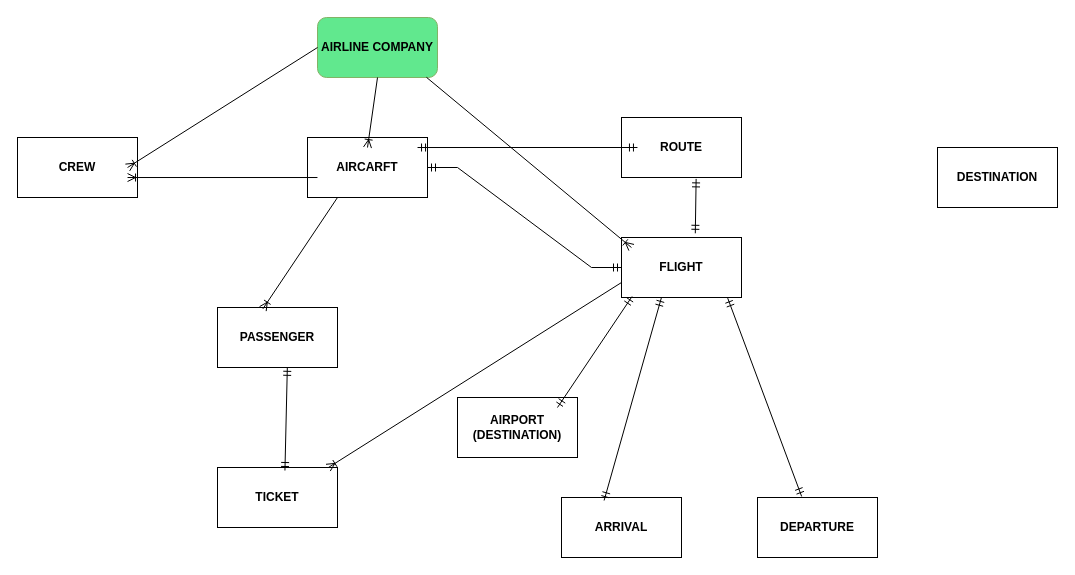
Above: model_abstract.drawio in vladmagosin/examen_sem_1_db (draw.io), before the change. Source tidied: cells renumbered, new cells numbered last; positions are measured from the earlier drawing's top-left corner, leaving out a move shared by most shapes. Both pictures are drawn from the tidied source at 100%, with x=0, y=0 at pixel (17, 17).
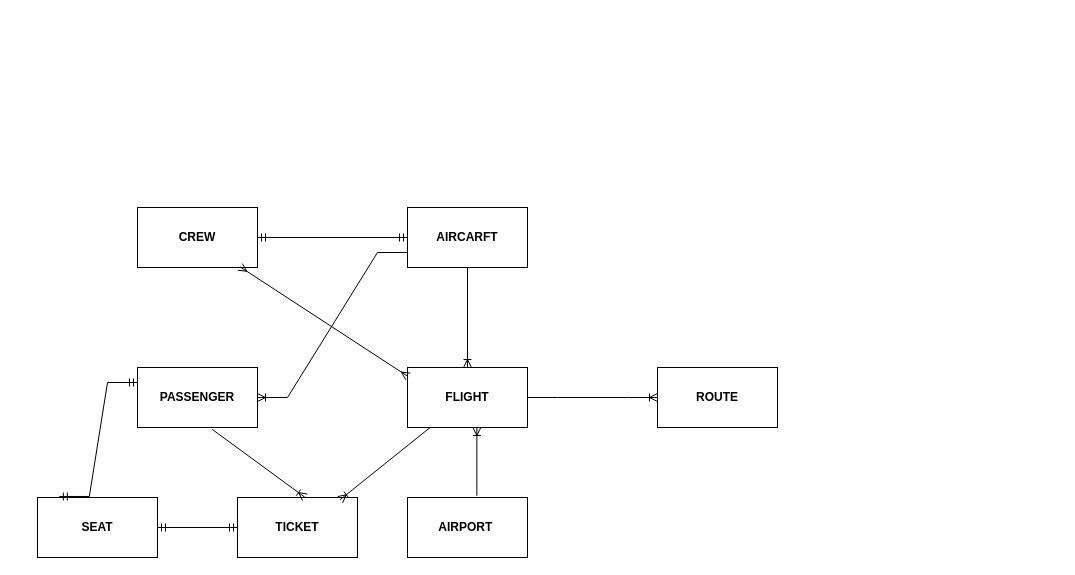
The same diagram, later.

What changed in the source:
```diff
@@
-    <mxCell id="2" value="AIRLINE COMPANY" style="rounded=1;whiteSpace=wrap;html=1;fontStyle=1;fillColor=#61E88E;strokeColor=#82b366;" parent="1" vertex="1">
-      <mxGeometry x="300" width="120" height="60" as="geometry" />
-    </mxCell>
     <mxCell id="3" value="&lt;b&gt;AIRCARFT&lt;/b&gt;" style="rounded=0;whiteSpace=wrap;html=1;" parent="1" vertex="1">
-      <mxGeometry x="290" y="120" width="120" height="60" as="geometry" />
+      <mxGeometry x="390" y="190" width="120" height="60" as="geometry" />
     </mxCell>
     <mxCell id="4" value="&lt;b&gt;CREW&lt;/b&gt;" style="rounded=0;whiteSpace=wrap;html=1;" parent="1" vertex="1">
-      <mxGeometry y="120" width="120" height="60" as="geometry" />
+      <mxGeometry x="120" y="190" width="120" height="60" as="geometry" />
     </mxCell>
     <mxCell id="5" value="&lt;b&gt;ROUTE&lt;/b&gt;" style="rounded=0;whiteSpace=wrap;html=1;" parent="1" vertex="1">
-      <mxGeometry x="604" y="100" width="120" height="60" as="geometry" />
+      <mxGeometry x="640" y="350" width="120" height="60" as="geometry" />
     </mxCell>
     <mxCell id="6" value="&lt;b&gt;FLIGHT&lt;/b&gt;" style="rounded=0;whiteSpace=wrap;html=1;" parent="1" vertex="1">
-      <mxGeometry x="604" y="220" width="120" height="60" as="geometry" />
+      <mxGeometry x="390" y="350" width="120" height="60" as="geometry" />
     </mxCell>
-    <mxCell id="7" value="&lt;b&gt;DESTINATION&lt;/b&gt;" style="rounded=0;whiteSpace=wrap;html=1;" parent="1" vertex="1">
-      <mxGeometry x="920" y="130" width="120" height="60" as="geometry" />
-    </mxCell>
     <mxCell id="8" value="&lt;b&gt;PASSENGER&lt;/b&gt;" style="rounded=0;whiteSpace=wrap;html=1;" parent="1" vertex="1">
-      <mxGeometry x="200" y="290" width="120" height="60" as="geometry" />
+      <mxGeometry x="120" y="350" width="120" height="60" as="geometry" />
     </mxCell>
-    <mxCell id="9" value="&lt;b&gt;AIRPORT (DESTINATION)&lt;/b&gt;" style="rounded=0;whiteSpace=wrap;html=1;" parent="1" vertex="1">
-      <mxGeometry x="440" y="380" width="120" height="60" as="geometry" />
+    <mxCell id="9" value="&lt;b&gt;AIRPORT&amp;nbsp;&lt;/b&gt;" style="rounded=0;whiteSpace=wrap;html=1;" parent="1" vertex="1">
+      <mxGeometry x="390" y="480" width="120" height="60" as="geometry" />
     </mxCell>
     <mxCell id="10" value="&lt;b&gt;TICKET&lt;/b&gt;" style="rounded=0;whiteSpace=wrap;html=1;" parent="1" vertex="1">
-      <mxGeometry x="200" y="450" width="120" height="60" as="geometry" />
+      <mxGeometry x="220" y="480" width="120" height="60" as="geometry" />
     </mxCell>
-    <mxCell id="11" value="&lt;b&gt;DEPARTURE&lt;/b&gt;" style="rounded=0;whiteSpace=wrap;html=1;" parent="1" vertex="1">
-      <mxGeometry x="740" y="480" width="120" height="60" as="geometry" />
-    </mxCell>
-    <mxCell id="12" value="&lt;b&gt;ARRIVAL&lt;/b&gt;" style="rounded=0;whiteSpace=wrap;html=1;" parent="1" vertex="1">
-      <mxGeometry x="544" y="480" width="120" height="60" as="geometry" />
+    <mxCell id="12" value="&lt;b&gt;SEAT&lt;/b&gt;" style="rounded=0;whiteSpace=wrap;html=1;" parent="1" vertex="1">
+      <mxGeometry x="20" y="480" width="120" height="60" as="geometry" />
     </mxCell>
-    <mxCell id="13" style="fontSize=12;html=1;endArrow=ERoneToMany;rounded=0;exitX=0.5;exitY=1;exitDx=0;exitDy=0;entryX=0.5;entryY=0.167;entryDx=0;entryDy=0;entryPerimeter=0;" parent="1" edge="1" source="2" target="3">
-      <mxGeometry relative="1" as="geometry" />
-    </mxCell>
-    <mxCell id="14" style="fontSize=12;html=1;endArrow=ERoneToMany;rounded=0;exitX=0.908;exitY=0.997;exitDx=0;exitDy=0;exitPerimeter=0;entryX=0.083;entryY=0.167;entryDx=0;entryDy=0;entryPerimeter=0;" parent="1" edge="1" source="2" target="6">
-      <mxGeometry relative="1" as="geometry" />
-    </mxCell>
+    <mxCell id="26" style="fontSize=12;html=1;endArrow=ERmandOne;startArrow=ERmandOne;rounded=0;entryX=0;entryY=0.5;entryDx=0;entryDy=0;exitX=1;exitY=0.5;exitDx=0;exitDy=0;" parent="1" edge="1" source="4" target="3">
+      <mxGeometry relative="1" as="geometry" />
+    </mxCell>
-    <mxCell id="15" style="edgeStyle=entityRelationEdgeStyle;fontSize=12;html=1;endArrow=ERmandOne;startArrow=ERmandOne;rounded=0;entryX=0;entryY=0.5;entryDx=0;entryDy=0;" parent="1" edge="1" source="3" target="6">
+    <mxCell id="15" style="fontSize=12;html=1;endArrow=ERoneToMany;rounded=0;exitX=0.5;exitY=1;exitDx=0;exitDy=0;" parent="1" edge="1" source="3" target="6">
       <mxGeometry relative="1" as="geometry" />
     </mxCell>
-    <mxCell id="16" style="fontSize=12;html=1;endArrow=ERoneToMany;rounded=0;exitX=0;exitY=0.5;exitDx=0;exitDy=0;entryX=0.917;entryY=0.5;entryDx=0;entryDy=0;entryPerimeter=0;" parent="1" edge="1" source="2" target="4">
-      <mxGeometry relative="1" as="geometry" />
-    </mxCell>
-    <mxCell id="17" style="fontSize=12;html=1;endArrow=ERoneToMany;rounded=0;exitX=0.083;exitY=0.667;exitDx=0;exitDy=0;exitPerimeter=0;entryX=0.917;entryY=0.667;entryDx=0;entryDy=0;entryPerimeter=0;" parent="1" edge="1" source="3" target="4">
-      <mxGeometry relative="1" as="geometry" />
-    </mxCell>
-    <mxCell id="18" style="fontSize=12;html=1;endArrow=ERoneToMany;rounded=0;exitX=0.25;exitY=1;exitDx=0;exitDy=0;entryX=0.378;entryY=0.023;entryDx=0;entryDy=0;entryPerimeter=0;" parent="1" edge="1" source="3" target="8">
+    <mxCell id="18" style="edgeStyle=entityRelationEdgeStyle;fontSize=12;html=1;endArrow=ERoneToMany;rounded=0;entryX=1;entryY=0.5;entryDx=0;entryDy=0;exitX=0;exitY=0.75;exitDx=0;exitDy=0;" parent="1" edge="1" source="3" target="8">
       <mxGeometry relative="1" as="geometry" />
     </mxCell>
-    <mxCell id="19" style="fontSize=12;html=1;endArrow=ERmandOne;startArrow=ERmandOne;rounded=0;entryX=0.582;entryY=0.997;entryDx=0;entryDy=0;entryPerimeter=0;exitX=0.562;exitY=0.05;exitDx=0;exitDy=0;exitPerimeter=0;" parent="1" edge="1" source="10" target="8">
-      <mxGeometry relative="1" as="geometry" />
-    </mxCell>
-    <mxCell id="20" style="fontSize=12;html=1;endArrow=ERmandOne;startArrow=ERmandOne;rounded=0;entryX=0.333;entryY=1;entryDx=0;entryDy=0;entryPerimeter=0;exitX=0.355;exitY=0.05;exitDx=0;exitDy=0;exitPerimeter=0;" parent="1" edge="1" source="12" target="6">
-      <mxGeometry relative="1" as="geometry" />
-    </mxCell>
-    <mxCell id="21" style="fontSize=12;html=1;endArrow=ERmandOne;startArrow=ERmandOne;rounded=0;entryX=0.885;entryY=1.01;entryDx=0;entryDy=0;entryPerimeter=0;exitX=0.368;exitY=-0.017;exitDx=0;exitDy=0;exitPerimeter=0;" parent="1" edge="1" source="11" target="6">
-      <mxGeometry relative="1" as="geometry" />
-    </mxCell>
-    <mxCell id="22" style="fontSize=12;html=1;endArrow=ERmandOne;startArrow=ERmandOne;rounded=0;exitX=0.917;exitY=0.167;exitDx=0;exitDy=0;exitPerimeter=0;entryX=0.133;entryY=0.5;entryDx=0;entryDy=0;entryPerimeter=0;" parent="1" edge="1" source="3" target="5">
-      <mxGeometry relative="1" as="geometry" />
-    </mxCell>
-    <mxCell id="23" style="fontSize=12;html=1;endArrow=ERmandOne;startArrow=ERmandOne;rounded=0;entryX=0.088;entryY=0.983;entryDx=0;entryDy=0;entryPerimeter=0;exitX=0.833;exitY=0.167;exitDx=0;exitDy=0;exitPerimeter=0;" parent="1" edge="1" source="9" target="6">
+    <mxCell id="23" style="fontSize=12;html=1;endArrow=ERoneToMany;rounded=0;entryX=0.578;entryY=1;entryDx=0;entryDy=0;entryPerimeter=0;exitX=0.578;exitY=-0.03;exitDx=0;exitDy=0;exitPerimeter=0;" parent="1" edge="1" source="9" target="6">
       <mxGeometry relative="1" as="geometry" />
     </mxCell>
+    <mxCell id="27" style="edgeStyle=entityRelationEdgeStyle;fontSize=12;html=1;endArrow=ERmandOne;startArrow=ERmandOne;rounded=0;entryX=0;entryY=0.25;entryDx=0;entryDy=0;exitX=0.182;exitY=-0.017;exitDx=0;exitDy=0;exitPerimeter=0;" parent="1" edge="1" source="12" target="8">
+      <mxGeometry relative="1" as="geometry" />
+    </mxCell>
+    <mxCell id="28" style="fontSize=12;html=1;endArrow=ERoneToMany;rounded=0;entryX=0.562;entryY=-0.003;entryDx=0;entryDy=0;entryPerimeter=0;exitX=0.622;exitY=1.03;exitDx=0;exitDy=0;exitPerimeter=0;" parent="1" edge="1" source="8" target="10">
+      <mxGeometry relative="1" as="geometry" />
+    </mxCell>
+    <mxCell id="25" style="fontSize=12;html=1;endArrow=ERoneToMany;rounded=0;entryX=0.855;entryY=0.037;entryDx=0;entryDy=0;entryPerimeter=0;" parent="1" edge="1" source="6" target="10">
+      <mxGeometry relative="1" as="geometry" />
+    </mxCell>
+    <mxCell id="29" style="fontSize=12;html=1;endArrow=ERmandOne;startArrow=ERmandOne;rounded=0;entryX=1;entryY=0.5;entryDx=0;entryDy=0;exitX=0;exitY=0.5;exitDx=0;exitDy=0;" parent="1" edge="1" source="10" target="12">
+      <mxGeometry relative="1" as="geometry" />
+    </mxCell>
+    <mxCell id="30" style="fontSize=12;html=1;endArrow=ERmany;startArrow=ERmany;rounded=0;entryX=0.005;entryY=0.15;entryDx=0;entryDy=0;exitX=0.855;exitY=0.99;exitDx=0;exitDy=0;entryPerimeter=0;exitPerimeter=0;" parent="1" edge="1" source="4" target="6">
+      <mxGeometry relative="1" as="geometry" />
+    </mxCell>
-    <mxCell id="24" style="fontSize=12;html=1;endArrow=ERmandOne;startArrow=ERmandOne;rounded=0;entryX=0.622;entryY=1.023;entryDx=0;entryDy=0;entryPerimeter=0;exitX=0.615;exitY=-0.07;exitDx=0;exitDy=0;exitPerimeter=0;" parent="1" edge="1" source="6" target="5">
+    <mxCell id="24" style="edgeStyle=entityRelationEdgeStyle;fontSize=12;html=1;endArrow=ERoneToMany;rounded=0;entryX=0;entryY=0.5;entryDx=0;entryDy=0;exitX=1;exitY=0.5;exitDx=0;exitDy=0;" parent="1" edge="1" source="6" target="5">
       <mxGeometry relative="1" as="geometry" />
     </mxCell>
-    <mxCell id="25" style="fontSize=12;html=1;endArrow=ERoneToMany;rounded=0;entryX=0.922;entryY=0.003;entryDx=0;entryDy=0;entryPerimeter=0;exitX=0;exitY=0.75;exitDx=0;exitDy=0;" parent="1" edge="1" source="6" target="10">
-      <mxGeometry relative="1" as="geometry" />
-    </mxCell>
```
